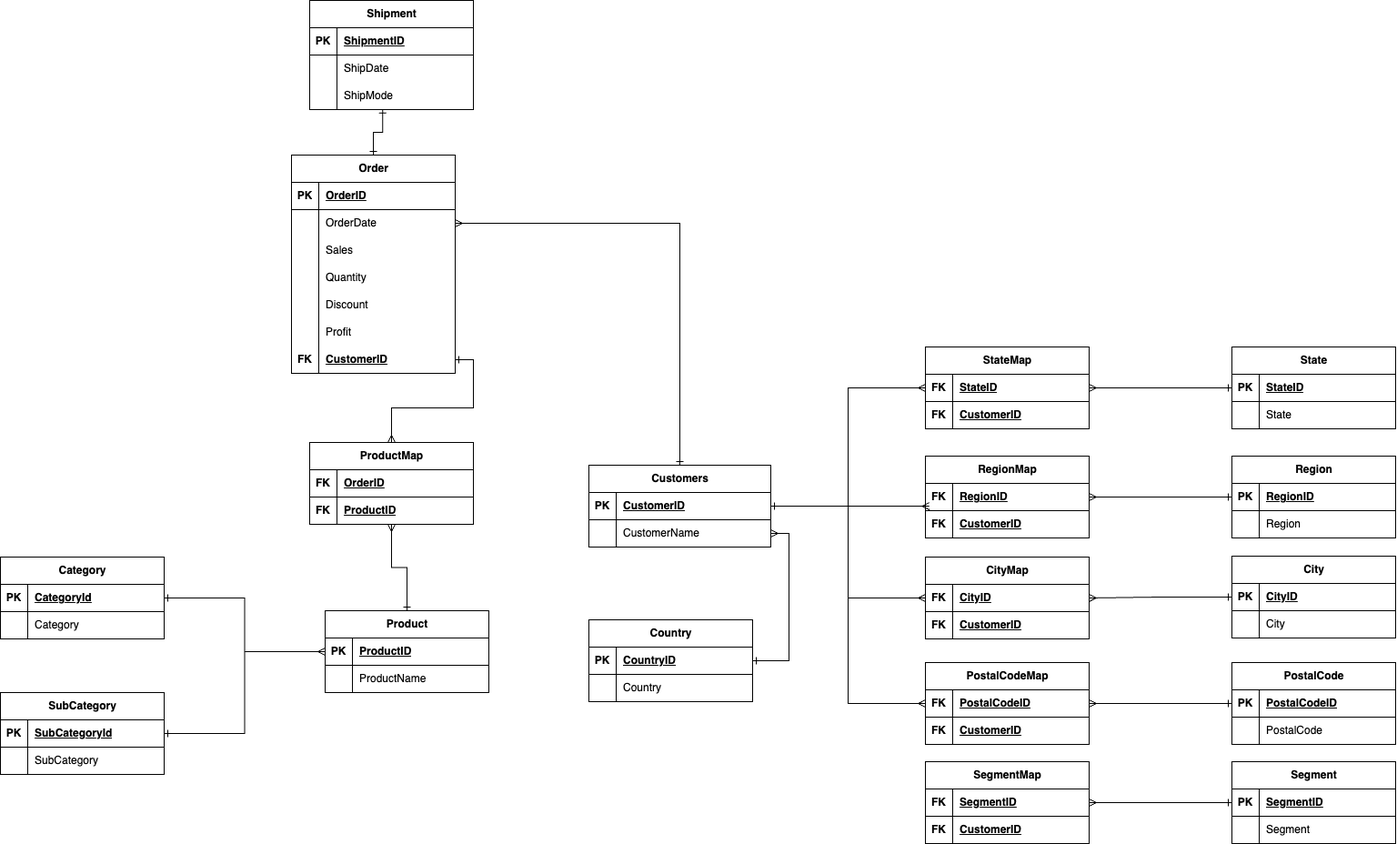
This is superstore_erd.png from The-DigitalAcademy/superstore_dataset_analysis, a draw.io export, as it was before one commit. Source tidied: cells renumbered, new cells last; positions are measured from the earlier drawing's top-left corner, leaving out a move shared by most shapes.
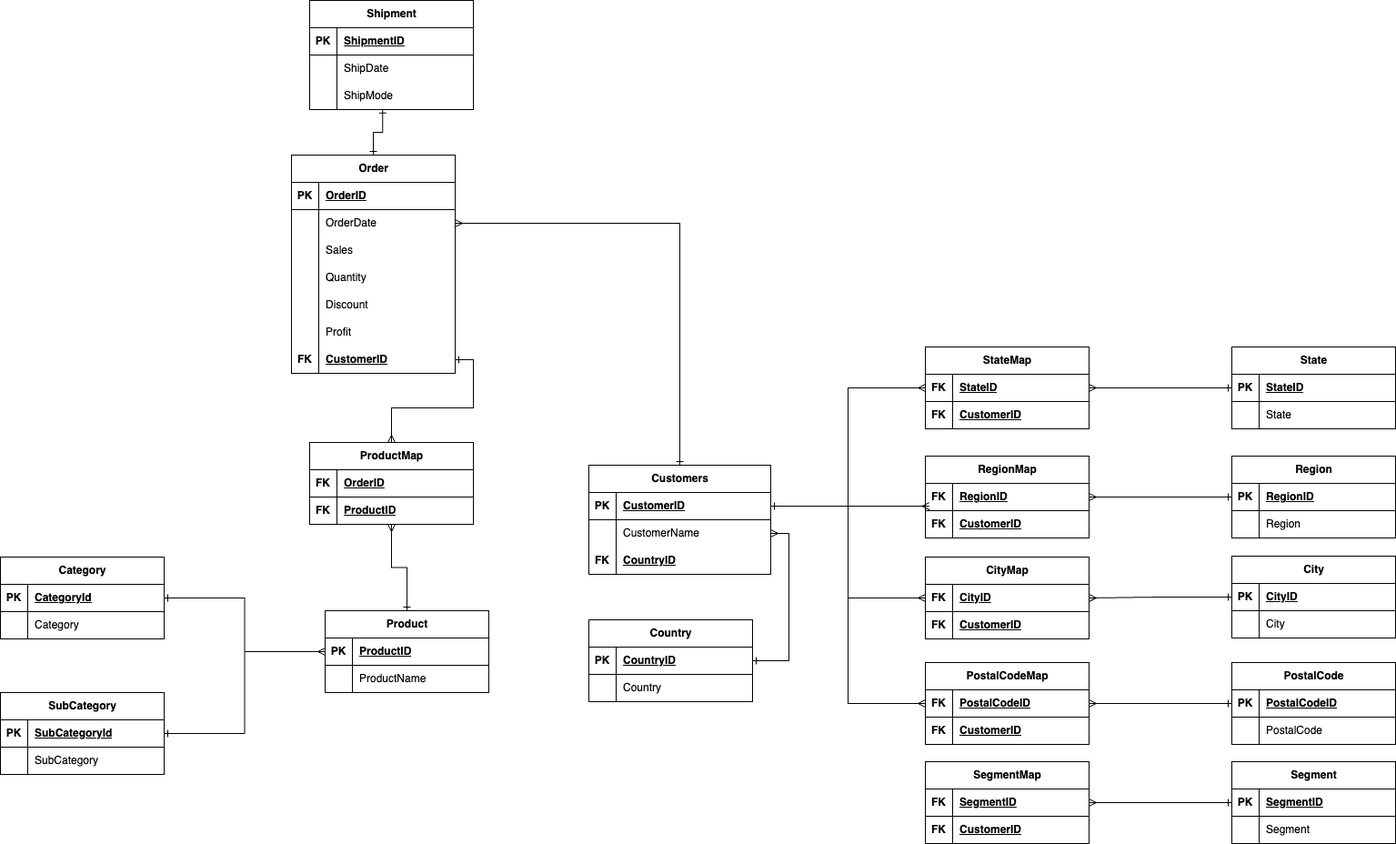
After the commit.

Commit message:
updated superstore_erd

The edit, as a diff of the source:
```diff
@@ -3,7 +3,7 @@
     <mxCell id="0" />
     <mxCell id="1" parent="0" />
     <mxCell id="2" value="Customers" style="shape=table;startSize=30;rowLines=0;fontStyle=1;align=center;html=1;" parent="1" vertex="1">
-      <mxGeometry x="647" y="511" width="200" height="90" as="geometry" />
+      <mxGeometry x="647" y="511" width="200" height="120" as="geometry" />
     </mxCell>
     <mxCell id="3" style="shape=tableRow;horizontal=0;startSize=0;swimlaneHead=0;swimlaneBody=0;fillColor=none;points=[[0,0.5],[1,0.5]];portConstraint=eastwest;top=0;left=0;right=0;bottom=1;" parent="2" vertex="1">
       <mxGeometry y="30" width="200" height="30" as="geometry" />
@@ -23,6 +23,15 @@
     <mxCell id="8" value="CustomerName" style="shape=partialRectangle;fillColor=none;top=0;left=0;bottom=0;right=0;align=left;spacingLeft=6;overflow=hidden;whiteSpace=wrap;html=1;" parent="6" vertex="1">
       <mxGeometry x="30" width="170" height="30" as="geometry" />
     </mxCell>
+    <mxCell id="162" style="shape=tableRow;horizontal=0;startSize=0;swimlaneHead=0;swimlaneBody=0;fillColor=none;top=0;left=0;right=0;bottom=0;rounded=0;" parent="2" vertex="1">
+      <mxGeometry y="90" width="200" height="30" as="geometry" />
+    </mxCell>
+    <mxCell id="163" value="&lt;b&gt;FK&lt;/b&gt;" style="shape=partialRectangle;fillColor=none;top=0;left=0;bottom=0;right=0;overflow=hidden;whiteSpace=wrap;html=1;" parent="162" vertex="1">
+      <mxGeometry width="30" height="30" as="geometry" />
+    </mxCell>
+    <mxCell id="164" value="&lt;b&gt;&lt;u&gt;CountryID&lt;/u&gt;&lt;/b&gt;" style="shape=partialRectangle;fillColor=none;top=0;left=0;bottom=0;right=0;align=left;spacingLeft=6;overflow=hidden;whiteSpace=wrap;html=1;" parent="162" vertex="1">
+      <mxGeometry x="30" width="170" height="30" as="geometry" />
+    </mxCell>
     <mxCell id="9" value="Order" style="shape=table;startSize=30;rowLines=0;fontStyle=1;align=center;html=1;" parent="1" vertex="1">
       <mxGeometry x="320" y="170" width="180" height="240" as="geometry" />
     </mxCell>
```
